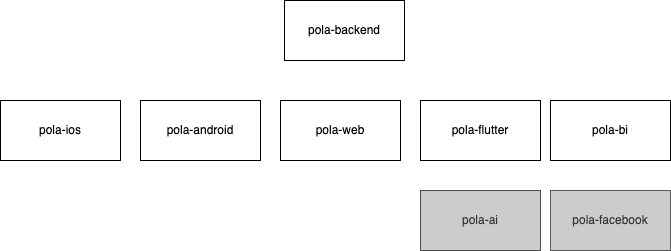
The draw.io diagram docs/introduction.png in KlubJagiellonski/pola-backend, before a commit. Source tidied: cells renumbered, new cells last; positions are measured from the earlier drawing's top-left corner, leaving out a move shared by most shapes. Source of this version:
```xml
<mxGraphModel>
  <root>
    <mxCell id="0" />
    <mxCell id="1" parent="0" />
    <mxCell id="2" value="pola-backend" style="rounded=0;whiteSpace=wrap;html=1;" parent="1" vertex="1">
      <mxGeometry x="284" width="120" height="60" as="geometry" />
    </mxCell>
    <mxCell id="3" value="pola-ios" style="rounded=0;whiteSpace=wrap;html=1;" parent="1" vertex="1">
      <mxGeometry y="100" width="120" height="60" as="geometry" />
    </mxCell>
    <mxCell id="4" value="pola-android" style="rounded=0;whiteSpace=wrap;html=1;" parent="1" vertex="1">
      <mxGeometry x="140" y="100" width="120" height="60" as="geometry" />
    </mxCell>
    <mxCell id="5" value="pola-web" style="rounded=0;whiteSpace=wrap;html=1;" parent="1" vertex="1">
      <mxGeometry x="280" y="100" width="120" height="60" as="geometry" />
    </mxCell>
    <mxCell id="6" value="pola-flutter" style="rounded=0;whiteSpace=wrap;html=1;" parent="1" vertex="1">
      <mxGeometry x="420" y="100" width="120" height="60" as="geometry" />
    </mxCell>
    <mxCell id="7" value="pola-bi" style="rounded=0;whiteSpace=wrap;html=1;" parent="1" vertex="1">
      <mxGeometry x="550" y="100" width="120" height="60" as="geometry" />
    </mxCell>
    <mxCell id="8" value="pola-ai" style="rounded=0;whiteSpace=wrap;html=1;fillColor=#CCCCCC;fontColor=#333333;strokeColor=#4D4D4D;" parent="1" vertex="1">
      <mxGeometry x="420" y="190" width="120" height="60" as="geometry" />
    </mxCell>
    <mxCell id="9" value="pola-facebook" style="rounded=0;whiteSpace=wrap;html=1;fillColor=#CCCCCC;fontColor=#333333;strokeColor=#595959;" parent="1" vertex="1">
      <mxGeometry x="550" y="190" width="120" height="60" as="geometry" />
    </mxCell>
  </root>
</mxGraphModel>
```
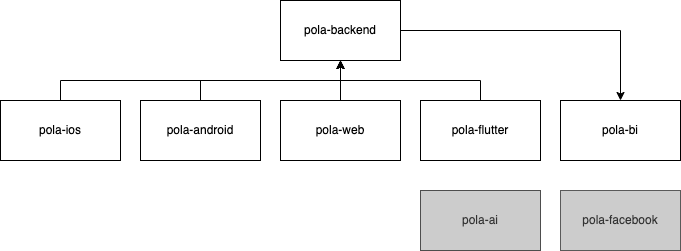
The same file after the commit.

Change to the diagram source:
```diff
@@ -2,29 +2,60 @@
   <root>
     <mxCell id="0" />
     <mxCell id="1" parent="0" />
+    <mxCell id="10" style="edgeStyle=orthogonalEdgeStyle;rounded=0;jettySize=auto;html=1;entryX=0.5;entryY=0;entryDx=0;entryDy=0;" parent="1" edge="1" source="2" target="7">
+      <mxGeometry relative="1" as="geometry" />
+    </mxCell>
     <mxCell id="2" value="pola-backend" style="rounded=0;whiteSpace=wrap;html=1;" parent="1" vertex="1">
-      <mxGeometry x="284" width="120" height="60" as="geometry" />
+      <mxGeometry x="280" width="120" height="60" as="geometry" />
     </mxCell>
+    <mxCell id="11" style="edgeStyle=orthogonalEdgeStyle;rounded=0;jettySize=auto;html=1;entryX=0.5;entryY=1;entryDx=0;entryDy=0;" parent="1" edge="1" source="3" target="2">
+      <mxGeometry relative="1" as="geometry">
+        <Array as="points">
+          <mxPoint x="60" y="80" />
+          <mxPoint x="340" y="80" />
+        </Array>
+      </mxGeometry>
+    </mxCell>
     <mxCell id="3" value="pola-ios" style="rounded=0;whiteSpace=wrap;html=1;" parent="1" vertex="1">
       <mxGeometry y="100" width="120" height="60" as="geometry" />
     </mxCell>
+    <mxCell id="12" style="edgeStyle=orthogonalEdgeStyle;rounded=0;jettySize=auto;html=1;" parent="1" edge="1" source="4" target="2">
+      <mxGeometry relative="1" as="geometry">
+        <Array as="points">
+          <mxPoint x="200" y="80" />
+          <mxPoint x="340" y="80" />
+        </Array>
+      </mxGeometry>
+    </mxCell>
     <mxCell id="4" value="pola-android" style="rounded=0;whiteSpace=wrap;html=1;" parent="1" vertex="1">
       <mxGeometry x="140" y="100" width="120" height="60" as="geometry" />
     </mxCell>
+    <mxCell id="13" style="edgeStyle=orthogonalEdgeStyle;rounded=0;jettySize=auto;html=1;entryX=0.5;entryY=1;entryDx=0;entryDy=0;" parent="1" edge="1" source="5" target="2">
+      <mxGeometry relative="1" as="geometry" />
+    </mxCell>
     <mxCell id="5" value="pola-web" style="rounded=0;whiteSpace=wrap;html=1;" parent="1" vertex="1">
       <mxGeometry x="280" y="100" width="120" height="60" as="geometry" />
     </mxCell>
+    <mxCell id="14" style="edgeStyle=orthogonalEdgeStyle;rounded=0;jettySize=auto;html=1;" parent="1" edge="1" source="6">
+      <mxGeometry relative="1" as="geometry">
+        <mxPoint x="340" y="60" as="targetPoint" />
+        <Array as="points">
+          <mxPoint x="480" y="80" />
+          <mxPoint x="340" y="80" />
+        </Array>
+      </mxGeometry>
+    </mxCell>
     <mxCell id="6" value="pola-flutter" style="rounded=0;whiteSpace=wrap;html=1;" parent="1" vertex="1">
       <mxGeometry x="420" y="100" width="120" height="60" as="geometry" />
     </mxCell>
     <mxCell id="7" value="pola-bi" style="rounded=0;whiteSpace=wrap;html=1;" parent="1" vertex="1">
-      <mxGeometry x="550" y="100" width="120" height="60" as="geometry" />
+      <mxGeometry x="560" y="100" width="120" height="60" as="geometry" />
     </mxCell>
     <mxCell id="8" value="pola-ai" style="rounded=0;whiteSpace=wrap;html=1;fillColor=#CCCCCC;fontColor=#333333;strokeColor=#4D4D4D;" parent="1" vertex="1">
       <mxGeometry x="420" y="190" width="120" height="60" as="geometry" />
     </mxCell>
     <mxCell id="9" value="pola-facebook" style="rounded=0;whiteSpace=wrap;html=1;fillColor=#CCCCCC;fontColor=#333333;strokeColor=#595959;" parent="1" vertex="1">
-      <mxGeometry x="550" y="190" width="120" height="60" as="geometry" />
+      <mxGeometry x="560" y="190" width="120" height="60" as="geometry" />
     </mxCell>
   </root>
 </mxGraphModel>
```
